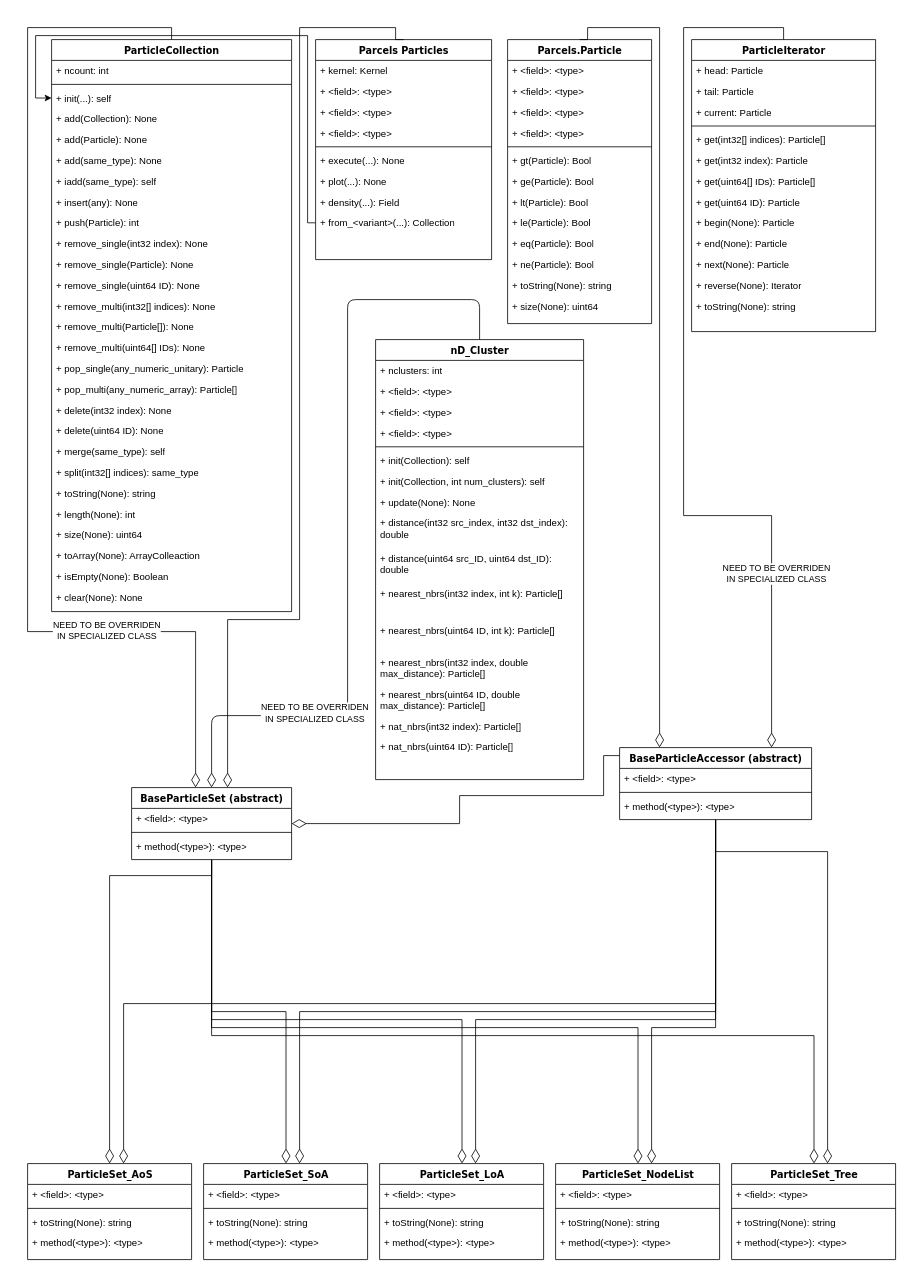
OceanParcels/Parcels keeps this draw.io diagram as docs/ParticleSet_UML.drawio. Above is the earlier version. Source tidied: cells renumbered, new cells numbered last; positions are measured from the earlier drawing's top-left corner, leaving out a move shared by most shapes. Both pictures are drawn from the tidied source at 80%, with x=0, y=0 at pixel (27, 27).
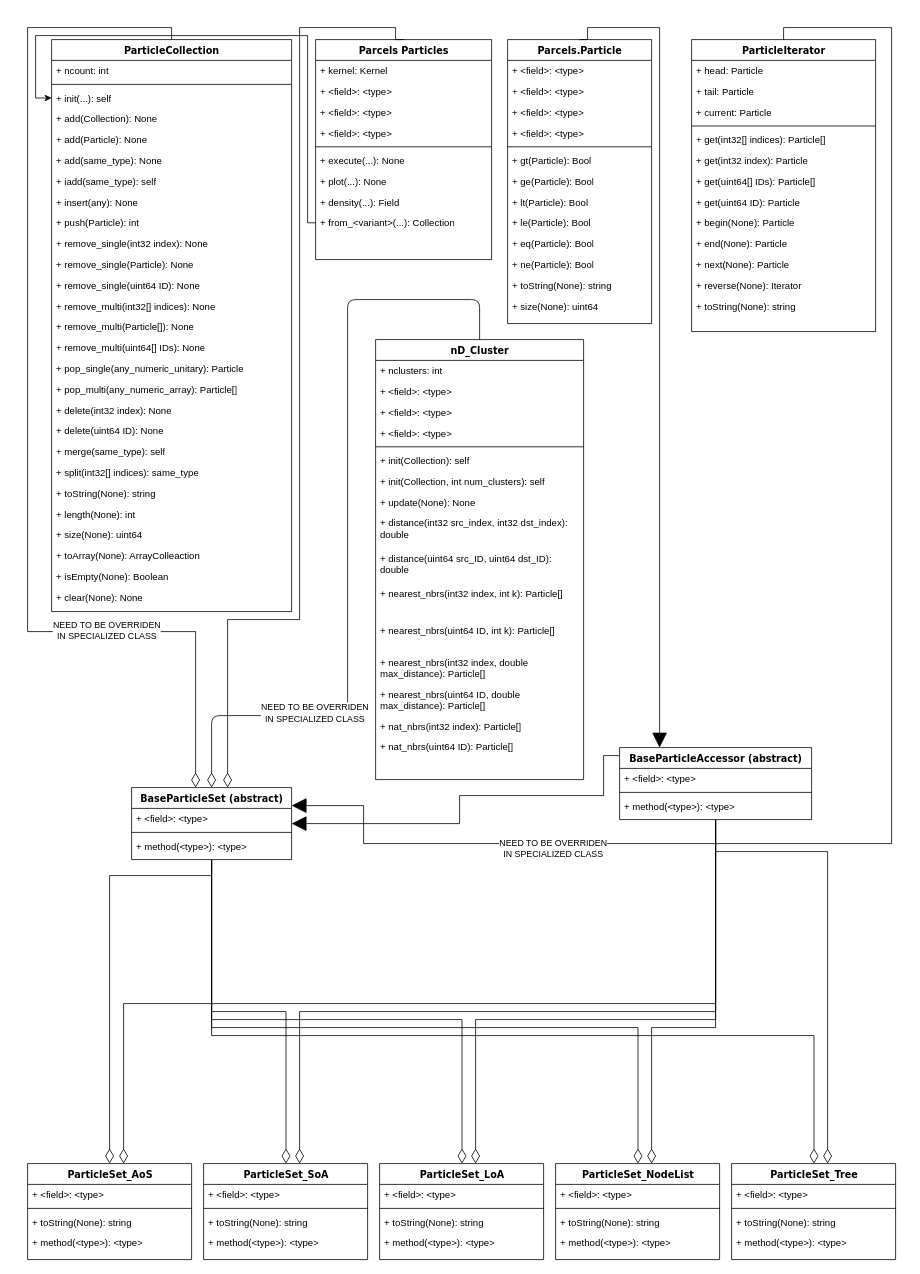
After the change.

Unchanged cells that the change refers to:
```xml
<mxCell id="13" value="BaseParticleSet (abstract)" style="swimlane;html=1;fontStyle=1;align=center;verticalAlign=top;horizontal=1;startSize=26;swimlaneFillColor=#ffffff;rounded=0;shadow=0;comic=0;labelBackgroundColor=none;strokeWidth=1;fillColor=none;fontFamily=Verdana;fontSize=12;" parent="1" vertex="1">
  <mxGeometry x="130" y="950" width="200" height="90" as="geometry" />
</mxCell>
<mxCell id="18" value="Parcels.Particle" style="swimlane;html=1;fontStyle=1;align=center;verticalAlign=top;horizontal=1;startSize=26;swimlaneFillColor=#ffffff;rounded=0;shadow=0;comic=0;labelBackgroundColor=none;strokeWidth=1;fillColor=none;fontFamily=Verdana;fontSize=12;" parent="1" vertex="1">
  <mxGeometry x="600" y="15" width="180" height="355" as="geometry" />
</mxCell>
<mxCell id="72" value="ParticleIterator" style="swimlane;html=1;fontStyle=1;align=center;verticalAlign=top;horizontal=1;startSize=26;swimlaneFillColor=#ffffff;rounded=0;shadow=0;comic=0;labelBackgroundColor=none;strokeWidth=1;fillColor=none;fontFamily=Verdana;fontSize=12;" parent="1" vertex="1">
  <mxGeometry x="830" y="15" width="230" height="365" as="geometry" />
</mxCell>
<mxCell id="92" value="BaseParticleAccessor (abstract)" style="swimlane;html=1;fontStyle=1;align=center;verticalAlign=top;horizontal=1;startSize=26;swimlaneFillColor=#ffffff;rounded=0;shadow=0;comic=0;labelBackgroundColor=none;strokeWidth=1;fillColor=none;fontFamily=Verdana;fontSize=12;" parent="1" vertex="1">
  <mxGeometry x="740" y="900" width="240" height="90" as="geometry" />
</mxCell>
```

Change to the diagram source:
```diff
@@
-    <mxCell id="17" style="edgeStyle=orthogonalEdgeStyle;rounded=0;jettySize=auto;html=1;exitX=0.5;exitY=0;exitDx=0;exitDy=0;endArrow=diamondThin;endFill=0;endSize=16;" parent="1" edge="1" source="18" target="92">
+    <mxCell id="17" style="edgeStyle=orthogonalEdgeStyle;rounded=0;jettySize=auto;html=1;exitX=0.5;exitY=0;exitDx=0;exitDy=0;endArrow=block;endFill=1;endSize=16;" parent="1" edge="1" source="18" target="92">
       <mxGeometry relative="1" as="geometry">
         <Array as="points">
           <mxPoint x="700" />
           <mxPoint x="790" />
         </Array>
       </mxGeometry>
     </mxCell>
@@
-    <mxCell id="70" style="edgeStyle=orthogonalEdgeStyle;rounded=0;jettySize=auto;html=1;exitX=0.5;exitY=0;exitDx=0;exitDy=0;endArrow=diamondThin;endFill=0;endSize=16;" parent="1" edge="1" source="72" target="92">
+    <mxCell id="70" style="edgeStyle=orthogonalEdgeStyle;rounded=0;jettySize=auto;html=1;exitX=0.5;exitY=0;exitDx=0;exitDy=0;endArrow=block;endFill=1;endSize=16;entryX=1;entryY=0.25;entryDx=0;entryDy=0;" parent="1" edge="1" source="72" target="13">
       <mxGeometry relative="1" as="geometry">
         <Array as="points">
           <mxPoint x="945" />
-          <mxPoint x="820" />
-          <mxPoint x="820" y="610" />
-          <mxPoint x="930" y="610" />
+          <mxPoint x="1080" />
+          <mxPoint x="1080" y="1020" />
+          <mxPoint x="420" y="1020" />
+          <mxPoint x="420" y="973" />
         </Array>
       </mxGeometry>
     </mxCell>
@@
-    <mxCell id="86" style="edgeStyle=orthogonalEdgeStyle;rounded=0;jettySize=auto;html=1;endArrow=diamondThin;endFill=0;endSize=16;" parent="1" edge="1" source="92" target="13">
+    <mxCell id="86" style="edgeStyle=orthogonalEdgeStyle;rounded=0;jettySize=auto;html=1;endArrow=block;endFill=1;endSize=16;" parent="1" edge="1" source="92" target="13">
       <mxGeometry relative="1" as="geometry">
         <Array as="points">
           <mxPoint x="720" y="910" />
           <mxPoint x="720" y="960" />
           <mxPoint x="540" y="960" />
           <mxPoint x="540" y="995" />
         </Array>
       </mxGeometry>
     </mxCell>
```
